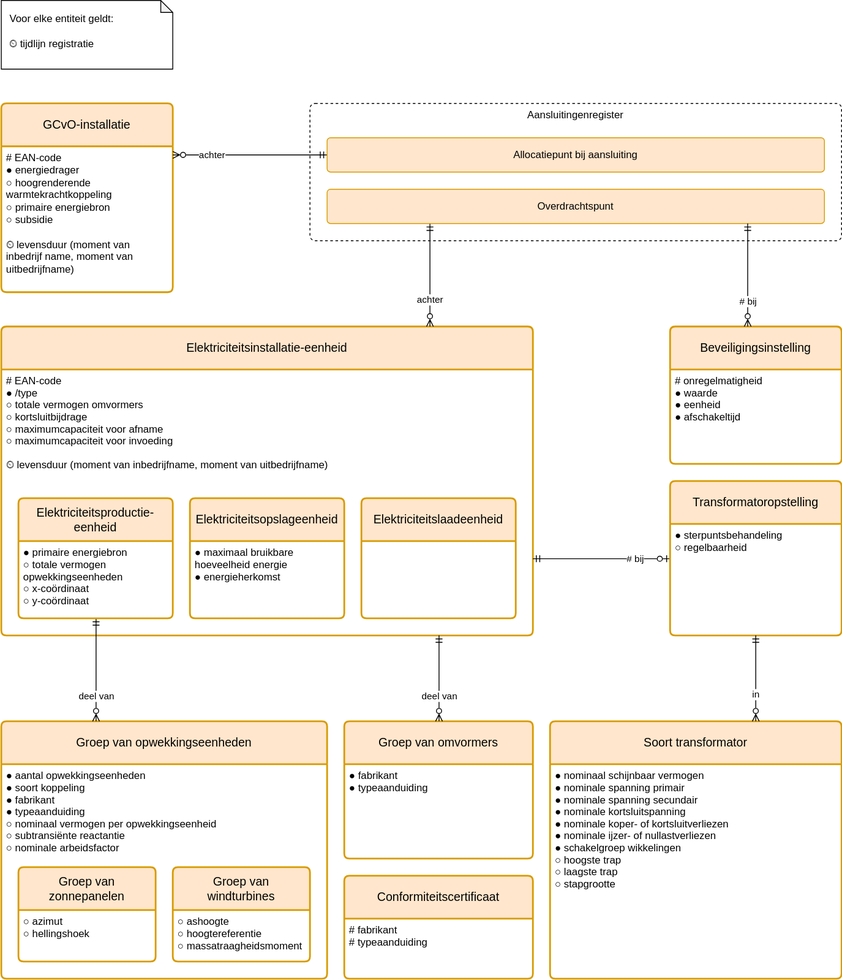
Earlier version of the draw.io export registers/installatieregister/1.0/installatieregister.drawio.svg (Netbeheer-Nederland/stelsel). Source tidied: cells renumbered, new cells last; positions are measured from the earlier drawing's top-left corner, leaving out a move shared by most shapes.
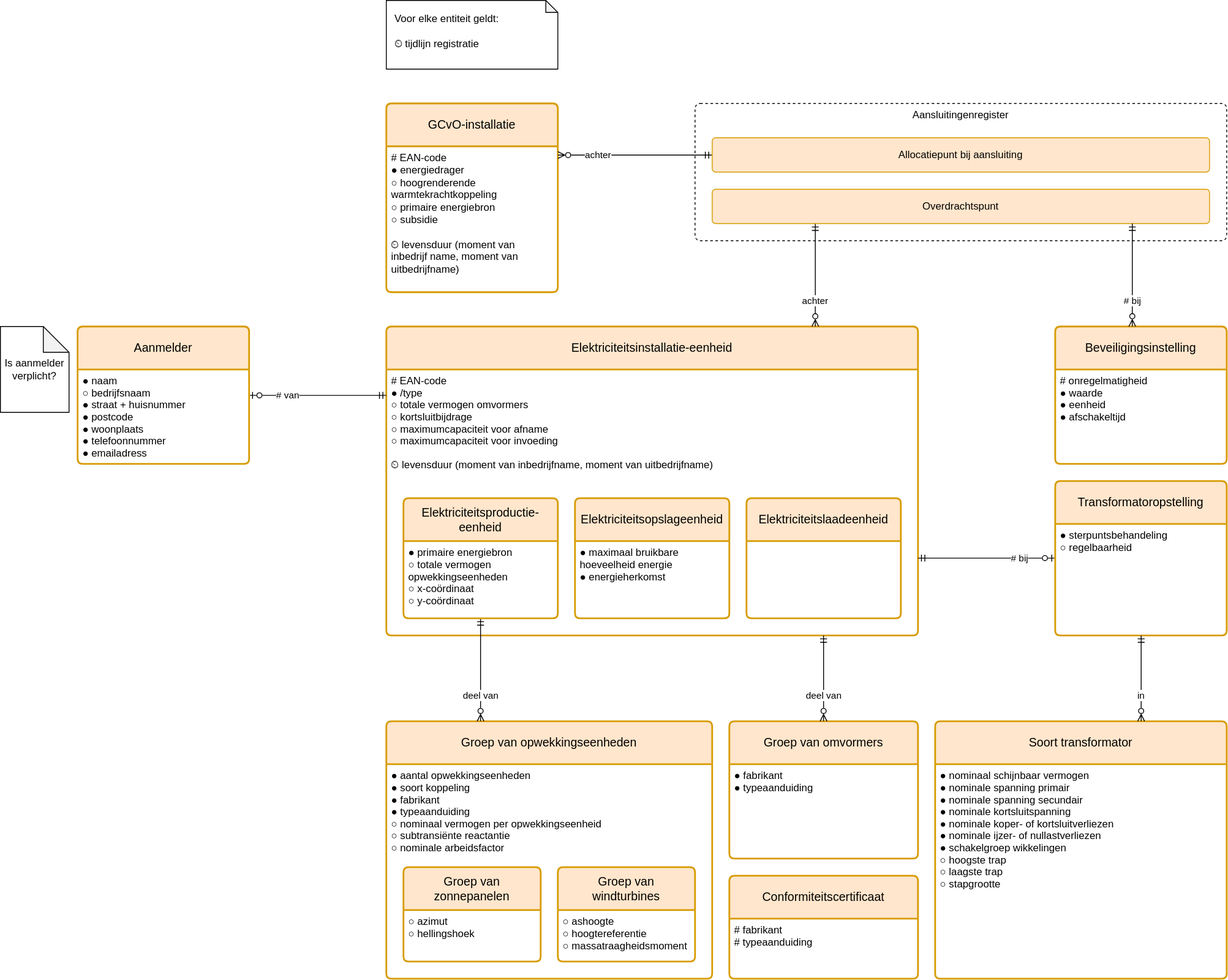
The same diagram one commit later.

Change to the diagram source:
```diff
@@ -113,5 +113,17 @@
     <mxCell id="38" value="Voor elke entiteit geldt:&lt;div&gt;&lt;br&gt;&lt;/div&gt;&lt;div&gt;&lt;span style=&quot;text-wrap-mode: nowrap;&quot;&gt;⏲ tijdlijn registratie&lt;/span&gt;&lt;/div&gt;" style="shape=note;whiteSpace=wrap;html=1;backgroundOutline=1;darkOpacity=0.05;align=left;spacing=10;size=14;verticalAlign=top;" parent="1" vertex="1">
       <mxGeometry width="200" height="80" as="geometry" />
     </mxCell>
+    <mxCell id="39" value="# van" style="edgeStyle=elbowEdgeStyle;html=1;elbow=vertical;endArrow=ERmandOne;endFill=0;startArrow=ERzeroToOne;startFill=0;align=left;" parent="1" edge="1" source="40" target="6">
+      <mxGeometry x="-0.62" relative="1" as="geometry" />
+    </mxCell>
+    <mxCell id="40" value="Aanmelder" style="swimlane;horizontal=1;startSize=50;rounded=1;fontSize=14;fontStyle=0;strokeWidth=2;shadow=0;dashed=0;align=center;fillColor=#ffe6cc;strokeColor=#d79b00;arcSize=4;whiteSpace=wrap;html=1;spacing=10;" parent="1" vertex="1">
+      <mxGeometry x="-360" y="380" width="200" height="160" as="geometry" />
+    </mxCell>
+    <mxCell id="41" value="● naam &#10;○ bedrijfsnaam &#10;● straat + huisnummer&#10;● postcode&#10;● woonplaats&#10;● telefoonnummer&#10;● emailadress" style="align=left;strokeColor=none;fillColor=none;spacingLeft=4;fontSize=12;verticalAlign=top;" parent="40" vertex="1">
+      <mxGeometry y="50" width="200" height="110" as="geometry" />
+    </mxCell>
+    <mxCell id="42" value="Is aanmelder verplicht?" style="shape=note;whiteSpace=wrap;html=1;backgroundOutline=1;darkOpacity=0.05;" parent="1" vertex="1">
+      <mxGeometry x="-450" y="380" width="80" height="100" as="geometry" />
+    </mxCell>
   </root>
 </mxGraphModel>
```
